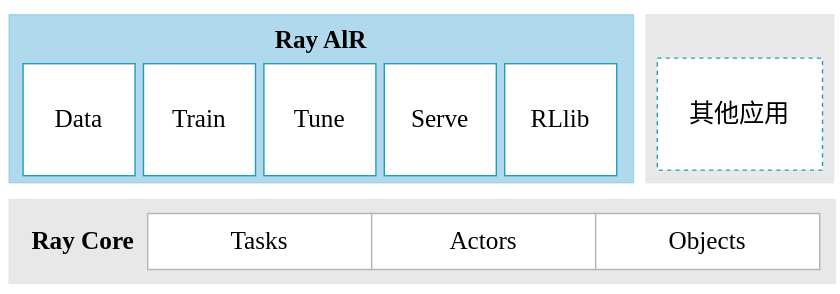
This is img/ch-ray-core/ray.svg from godaai/scale-py-zh, a draw.io export, as it was before one commit. Source tidied: cells renumbered, new cells last; positions are measured from the earlier drawing's top-left corner, leaving out a move shared by most shapes.
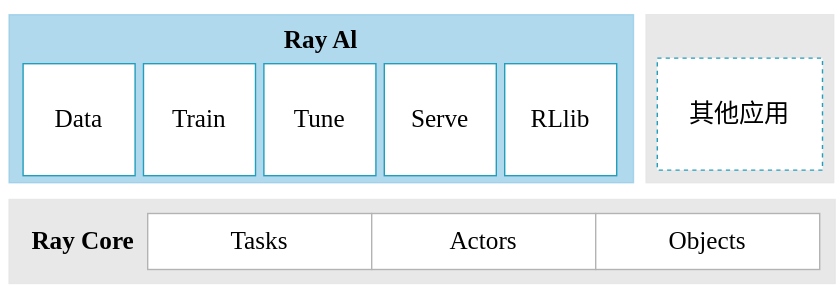
The same file after the commit.

What changed in the source:
```diff
@@ -8,7 +8,7 @@
     <mxCell id="3" style="rounded=0;whiteSpace=wrap;html=1;fillColor=#90C9E6;opacity=70;strokeColor=#90C9E6;" parent="1" vertex="1">
       <mxGeometry x="6" y="10" width="446" height="120" as="geometry" />
     </mxCell>
-    <mxCell id="4" value="&lt;font style=&quot;font-size: 18px;&quot; face=&quot;Times New Roman&quot;&gt;&lt;b style=&quot;&quot;&gt;Ray AlR&lt;/b&gt;&lt;/font&gt;" style="text;html=1;strokeColor=none;fillColor=none;align=center;verticalAlign=middle;whiteSpace=wrap;rounded=0;" parent="1" vertex="1">
+    <mxCell id="4" value="&lt;font style=&quot;font-size: 18px;&quot; face=&quot;Times New Roman&quot;&gt;&lt;b style=&quot;&quot;&gt;Ray Al&lt;/b&gt;&lt;/font&gt;" style="text;html=1;strokeColor=none;fillColor=none;align=center;verticalAlign=middle;whiteSpace=wrap;rounded=0;" parent="1" vertex="1">
       <mxGeometry x="179" y="13" width="100" height="30" as="geometry" />
     </mxCell>
     <mxCell id="5" value="&lt;font face=&quot;Times New Roman&quot; style=&quot;font-size: 18px;&quot;&gt;Data&lt;/font&gt;" style="whiteSpace=wrap;html=1;strokeColor=#219EBC;" parent="1" vertex="1">
```
